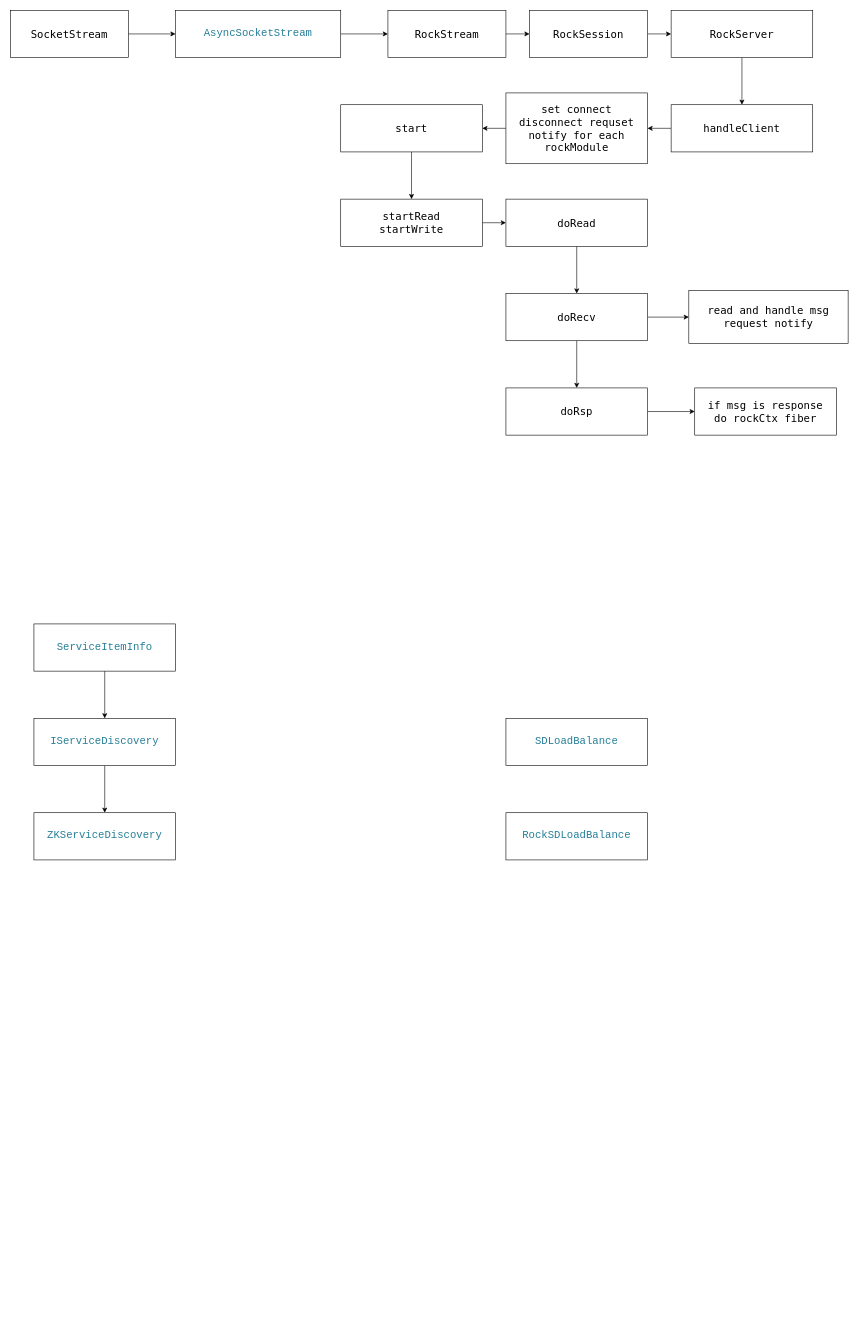
The draw.io diagram rockserver.drawio in Mn258/WebServer, before the edit. Source tidied: cells renumbered, new cells numbered last; positions are measured from the earlier drawing's top-left corner, leaving out a move shared by most shapes. Both pictures are drawn from the tidied source at 59%, with x=0, y=0 at pixel (10, 10).
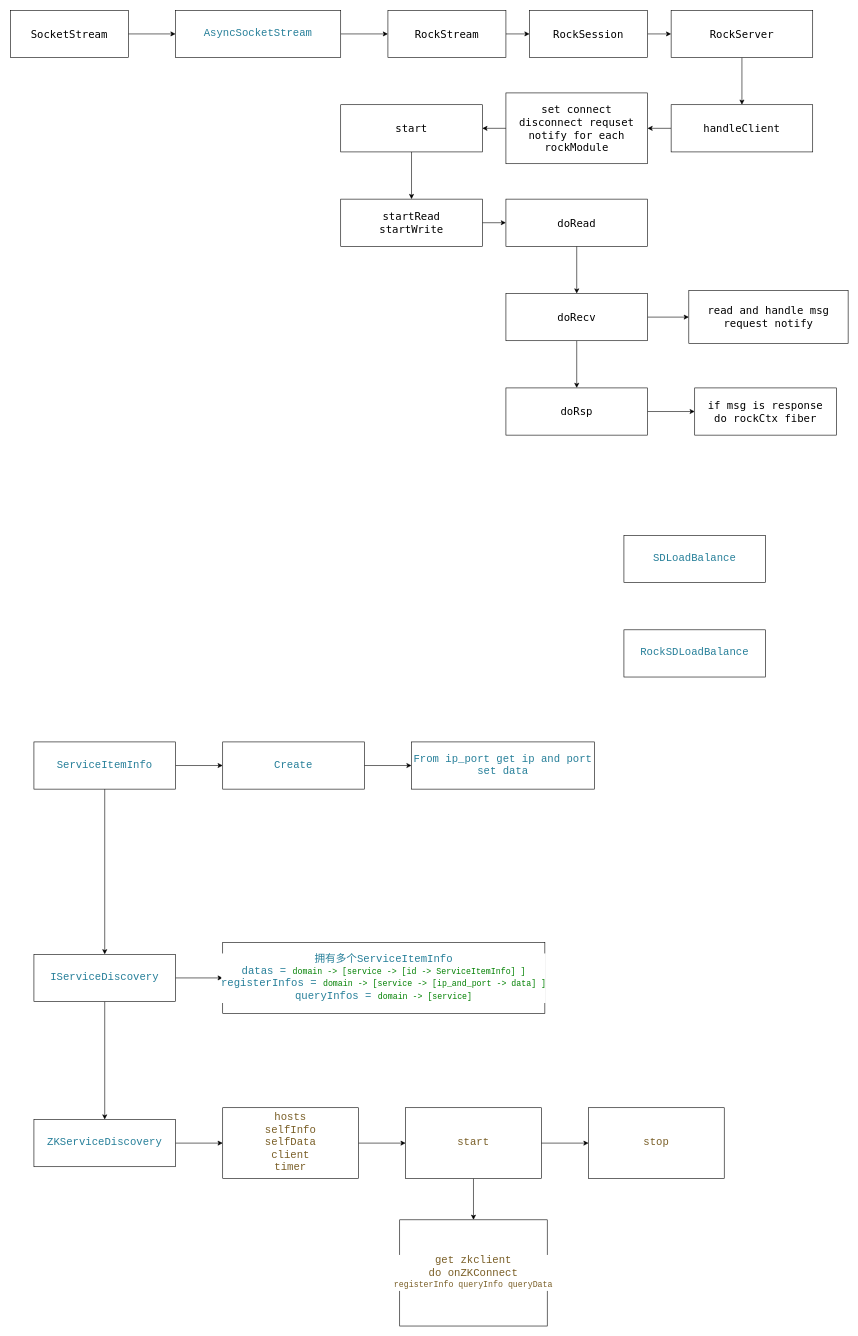
After the change.

Change to the diagram source:
```diff
@@
+    <mxCell id="36" style="edgeStyle=orthogonalEdgeStyle;rounded=0;jettySize=auto;html=1;" parent="1" edge="1" source="30" target="44">
+      <mxGeometry relative="1" as="geometry" />
+    </mxCell>
     <mxCell id="30" value="&lt;div style=&quot;color: rgb(59, 59, 59); background-color: rgb(255, 255, 255); font-family: Consolas, &amp;quot;Courier New&amp;quot;, monospace; line-height: 19px; white-space: pre;&quot;&gt;&lt;div style=&quot;line-height: 19px;&quot;&gt;&lt;span style=&quot;color: rgb(38, 127, 153);&quot;&gt;&lt;font style=&quot;font-size: 18px;&quot;&gt;IServiceDiscovery&lt;/font&gt;&lt;/span&gt;&lt;/div&gt;&lt;/div&gt;" style="rounded=0;whiteSpace=wrap;html=1;" parent="1" vertex="1">
-      <mxGeometry x="40" y="1200" width="240" height="80" as="geometry" />
+      <mxGeometry x="40" y="1600" width="240" height="80" as="geometry" />
     </mxCell>
+    <mxCell id="37" style="edgeStyle=orthogonalEdgeStyle;rounded=0;jettySize=auto;html=1;" parent="1" edge="1" source="31" target="40">
+      <mxGeometry relative="1" as="geometry" />
+    </mxCell>
     <mxCell id="31" value="&lt;div style=&quot;color: rgb(59, 59, 59); background-color: rgb(255, 255, 255); font-family: Consolas, &amp;quot;Courier New&amp;quot;, monospace; line-height: 19px; white-space: pre;&quot;&gt;&lt;span style=&quot;color: rgb(38, 127, 153);&quot;&gt;&lt;font style=&quot;font-size: 18px;&quot;&gt;ZKServiceDiscovery&lt;/font&gt;&lt;/span&gt;&lt;/div&gt;" style="rounded=0;whiteSpace=wrap;html=1;" parent="1" vertex="1">
-      <mxGeometry x="40" y="1360" width="240" height="80" as="geometry" />
+      <mxGeometry x="40" y="1880" width="240" height="80" as="geometry" />
     </mxCell>
@@
+    <mxCell id="38" style="edgeStyle=orthogonalEdgeStyle;rounded=0;jettySize=auto;html=1;" parent="1" edge="1" source="33" target="42">
+      <mxGeometry relative="1" as="geometry" />
+    </mxCell>
     <mxCell id="33" value="&lt;div style=&quot;color: rgb(59, 59, 59); background-color: rgb(255, 255, 255); font-family: Consolas, &amp;quot;Courier New&amp;quot;, monospace; line-height: 19px; white-space: pre;&quot;&gt;&lt;div style=&quot;line-height: 19px;&quot;&gt;&lt;div style=&quot;line-height: 19px;&quot;&gt;&lt;span style=&quot;color: rgb(38, 127, 153);&quot;&gt;&lt;font style=&quot;font-size: 18px;&quot;&gt;ServiceItemInfo&lt;/font&gt;&lt;/span&gt;&lt;/div&gt;&lt;/div&gt;&lt;/div&gt;" style="rounded=0;whiteSpace=wrap;html=1;" parent="1" vertex="1">
-      <mxGeometry x="40" y="1040" width="240" height="80" as="geometry" />
+      <mxGeometry x="40" y="1240" width="240" height="80" as="geometry" />
     </mxCell>
     <mxCell id="34" value="&lt;div style=&quot;color: rgb(59, 59, 59); background-color: rgb(255, 255, 255); font-family: Consolas, &amp;quot;Courier New&amp;quot;, monospace; line-height: 19px; white-space: pre;&quot;&gt;&lt;div style=&quot;line-height: 19px;&quot;&gt;&lt;span style=&quot;color: rgb(38, 127, 153);&quot;&gt;&lt;font style=&quot;font-size: 18px;&quot;&gt;RockSDLoadBalance&lt;/font&gt;&lt;/span&gt;&lt;/div&gt;&lt;/div&gt;" style="rounded=0;whiteSpace=wrap;html=1;" parent="1" vertex="1">
-      <mxGeometry x="840" y="1360" width="240" height="80" as="geometry" />
+      <mxGeometry x="1040" y="1050" width="240" height="80" as="geometry" />
     </mxCell>
     <mxCell id="35" value="&lt;div style=&quot;color: rgb(59, 59, 59); background-color: rgb(255, 255, 255); font-family: Consolas, &amp;quot;Courier New&amp;quot;, monospace; line-height: 19px; white-space: pre;&quot;&gt;&lt;div style=&quot;line-height: 19px;&quot;&gt;&lt;div style=&quot;line-height: 19px;&quot;&gt;&lt;span style=&quot;color: rgb(38, 127, 153);&quot;&gt;&lt;font style=&quot;font-size: 18px;&quot;&gt;SDLoadBalance&lt;/font&gt;&lt;/span&gt;&lt;/div&gt;&lt;/div&gt;&lt;/div&gt;" style="rounded=0;whiteSpace=wrap;html=1;" parent="1" vertex="1">
-      <mxGeometry x="840" y="1200" width="240" height="80" as="geometry" />
+      <mxGeometry x="1040" y="890" width="240" height="80" as="geometry" />
     </mxCell>
+    <mxCell id="39" style="edgeStyle=orthogonalEdgeStyle;rounded=0;jettySize=auto;html=1;" parent="1" edge="1" source="40" target="47">
+      <mxGeometry relative="1" as="geometry" />
+    </mxCell>
+    <mxCell id="40" value="&lt;div style=&quot;background-color: rgb(255, 255, 255); font-family: Consolas, &amp;quot;Courier New&amp;quot;, monospace; line-height: 19px; white-space: pre;&quot;&gt;&lt;div style=&quot;line-height: 19px;&quot;&gt;&lt;font color=&quot;#795e26&quot;&gt;&lt;span style=&quot;font-size: 18px;&quot;&gt;hosts&lt;/span&gt;&lt;/font&gt;&lt;/div&gt;&lt;div style=&quot;line-height: 19px;&quot;&gt;&lt;font color=&quot;#795e26&quot;&gt;&lt;span style=&quot;font-size: 18px;&quot;&gt;selfInfo&lt;/span&gt;&lt;/font&gt;&lt;/div&gt;&lt;div style=&quot;line-height: 19px;&quot;&gt;&lt;font color=&quot;#795e26&quot;&gt;&lt;span style=&quot;font-size: 18px;&quot;&gt;selfData&lt;/span&gt;&lt;/font&gt;&lt;/div&gt;&lt;div style=&quot;line-height: 19px;&quot;&gt;&lt;font color=&quot;#795e26&quot;&gt;&lt;span style=&quot;font-size: 18px;&quot;&gt;client&lt;/span&gt;&lt;/font&gt;&lt;/div&gt;&lt;div style=&quot;line-height: 19px;&quot;&gt;&lt;font color=&quot;#795e26&quot;&gt;&lt;span style=&quot;font-size: 18px;&quot;&gt;timer&lt;/span&gt;&lt;/font&gt;&lt;/div&gt;&lt;/div&gt;" style="rounded=0;whiteSpace=wrap;html=1;" parent="1" vertex="1">
+      <mxGeometry x="360" y="1860" width="230" height="120" as="geometry" />
+    </mxCell>
+    <mxCell id="41" style="edgeStyle=orthogonalEdgeStyle;rounded=0;jettySize=auto;html=1;" parent="1" edge="1" source="42" target="43">
+      <mxGeometry relative="1" as="geometry" />
+    </mxCell>
+    <mxCell id="42" value="&lt;div style=&quot;background-color: rgb(255, 255, 255); font-family: Consolas, &amp;quot;Courier New&amp;quot;, monospace; line-height: 19px; white-space: pre;&quot;&gt;&lt;div style=&quot;line-height: 19px;&quot;&gt;&lt;div style=&quot;line-height: 19px;&quot;&gt;&lt;font color=&quot;#267f99&quot;&gt;&lt;span style=&quot;font-size: 18px;&quot;&gt;Create&lt;/span&gt;&lt;/font&gt;&lt;/div&gt;&lt;/div&gt;&lt;/div&gt;" style="rounded=0;whiteSpace=wrap;html=1;" parent="1" vertex="1">
+      <mxGeometry x="360" y="1240" width="240" height="80" as="geometry" />
+    </mxCell>
+    <mxCell id="43" value="&lt;div style=&quot;background-color: rgb(255, 255, 255); font-family: Consolas, &amp;quot;Courier New&amp;quot;, monospace; line-height: 19px; white-space: pre;&quot;&gt;&lt;div style=&quot;line-height: 19px;&quot;&gt;&lt;div style=&quot;line-height: 19px;&quot;&gt;&lt;font color=&quot;#267f99&quot;&gt;&lt;span style=&quot;font-size: 18px;&quot;&gt;From ip_port get ip and port&lt;/span&gt;&lt;/font&gt;&lt;/div&gt;&lt;div style=&quot;line-height: 19px;&quot;&gt;&lt;font color=&quot;#267f99&quot;&gt;&lt;span style=&quot;font-size: 18px;&quot;&gt;set data&lt;/span&gt;&lt;/font&gt;&lt;/div&gt;&lt;/div&gt;&lt;/div&gt;" style="rounded=0;whiteSpace=wrap;html=1;" parent="1" vertex="1">
+      <mxGeometry x="680" y="1240" width="310" height="80" as="geometry" />
+    </mxCell>
+    <mxCell id="44" value="&lt;div style=&quot;background-color: rgb(255, 255, 255); font-family: Consolas, &amp;quot;Courier New&amp;quot;, monospace; line-height: 19px; white-space: pre;&quot;&gt;&lt;div style=&quot;line-height: 19px;&quot;&gt;&lt;font color=&quot;#267f99&quot;&gt;&lt;span style=&quot;font-size: 18px;&quot;&gt;拥有多个ServiceItemInfo&lt;/span&gt;&lt;/font&gt;&lt;/div&gt;&lt;div style=&quot;line-height: 19px;&quot;&gt;&lt;font color=&quot;#267f99&quot;&gt;&lt;span style=&quot;font-size: 18px;&quot;&gt;datas = &lt;/span&gt;&lt;/font&gt;&lt;span style=&quot;color: rgb(0, 128, 0); font-size: 14px;&quot;&gt;domain -&amp;gt; [service -&amp;gt; [id -&amp;gt; ServiceItemInfo] ]&lt;/span&gt;&lt;/div&gt;&lt;div style=&quot;line-height: 19px;&quot;&gt;&lt;font color=&quot;#267f99&quot;&gt;&lt;span style=&quot;font-size: 18px;&quot;&gt;registerInfos = &lt;/span&gt;&lt;/font&gt;&lt;span style=&quot;color: rgb(0, 128, 0); font-size: 14px;&quot;&gt;domain -&amp;gt; [service -&amp;gt; [ip_and_port -&amp;gt; data] ]&lt;/span&gt;&lt;/div&gt;&lt;div style=&quot;line-height: 19px;&quot;&gt;&lt;font color=&quot;#267f99&quot;&gt;&lt;span style=&quot;font-size: 18px;&quot;&gt;queryInfos = &lt;/span&gt;&lt;/font&gt;&lt;span style=&quot;color: rgb(0, 128, 0); font-size: 14px;&quot;&gt;domain -&amp;gt; [service]&lt;/span&gt;&lt;/div&gt;&lt;/div&gt;" style="rounded=0;whiteSpace=wrap;html=1;" parent="1" vertex="1">
+      <mxGeometry x="360" y="1580" width="546" height="120" as="geometry" />
+    </mxCell>
+    <mxCell id="45" style="edgeStyle=orthogonalEdgeStyle;rounded=0;jettySize=auto;html=1;" parent="1" edge="1" source="47" target="48">
+      <mxGeometry relative="1" as="geometry" />
+    </mxCell>
+    <mxCell id="46" style="edgeStyle=orthogonalEdgeStyle;rounded=0;jettySize=auto;html=1;" parent="1" edge="1" source="47" target="49">
+      <mxGeometry relative="1" as="geometry" />
+    </mxCell>
+    <mxCell id="47" value="&lt;div style=&quot;background-color: rgb(255, 255, 255); font-family: Consolas, &amp;quot;Courier New&amp;quot;, monospace; line-height: 19px; white-space: pre;&quot;&gt;&lt;div style=&quot;line-height: 19px;&quot;&gt;&lt;font color=&quot;#795e26&quot;&gt;&lt;span style=&quot;font-size: 18px;&quot;&gt;start&lt;/span&gt;&lt;/font&gt;&lt;/div&gt;&lt;/div&gt;" style="rounded=0;whiteSpace=wrap;html=1;" parent="1" vertex="1">
+      <mxGeometry x="670" y="1860" width="230" height="120" as="geometry" />
+    </mxCell>
+    <mxCell id="48" value="&lt;div style=&quot;background-color: rgb(255, 255, 255); font-family: Consolas, &amp;quot;Courier New&amp;quot;, monospace; line-height: 19px; white-space: pre;&quot;&gt;&lt;div style=&quot;line-height: 19px;&quot;&gt;&lt;font color=&quot;#795e26&quot;&gt;&lt;span style=&quot;font-size: 18px;&quot;&gt;stop&lt;/span&gt;&lt;/font&gt;&lt;/div&gt;&lt;/div&gt;" style="rounded=0;whiteSpace=wrap;html=1;" parent="1" vertex="1">
+      <mxGeometry x="980" y="1860" width="230" height="120" as="geometry" />
+    </mxCell>
+    <mxCell id="49" value="&lt;div style=&quot;background-color: rgb(255, 255, 255); font-family: Consolas, &amp;quot;Courier New&amp;quot;, monospace; line-height: 19px; white-space: pre;&quot;&gt;&lt;div style=&quot;line-height: 19px;&quot;&gt;&lt;font color=&quot;#795e26&quot;&gt;&lt;span style=&quot;font-size: 18px;&quot;&gt;get zkclient&lt;/span&gt;&lt;/font&gt;&lt;/div&gt;&lt;div style=&quot;line-height: 19px;&quot;&gt;&lt;font color=&quot;#795e26&quot;&gt;&lt;span style=&quot;font-size: 18px;&quot;&gt;do &lt;/span&gt;&lt;/font&gt;&lt;span style=&quot;color: rgb(121, 94, 38);&quot;&gt;&lt;font style=&quot;font-size: 18px;&quot;&gt;onZKConnect&lt;/font&gt;&lt;/span&gt;&lt;/div&gt;&lt;div style=&quot;line-height: 19px;&quot;&gt;&lt;div style=&quot;color: rgb(59, 59, 59); font-size: 14px; line-height: 19px;&quot;&gt;&lt;span style=&quot;color: #795e26;&quot;&gt;registerInfo queryInfo queryData&lt;/span&gt;&lt;/div&gt;&lt;/div&gt;&lt;/div&gt;" style="rounded=0;whiteSpace=wrap;html=1;" parent="1" vertex="1">
+      <mxGeometry x="660" y="2050" width="250" height="180" as="geometry" />
+    </mxCell>
```
